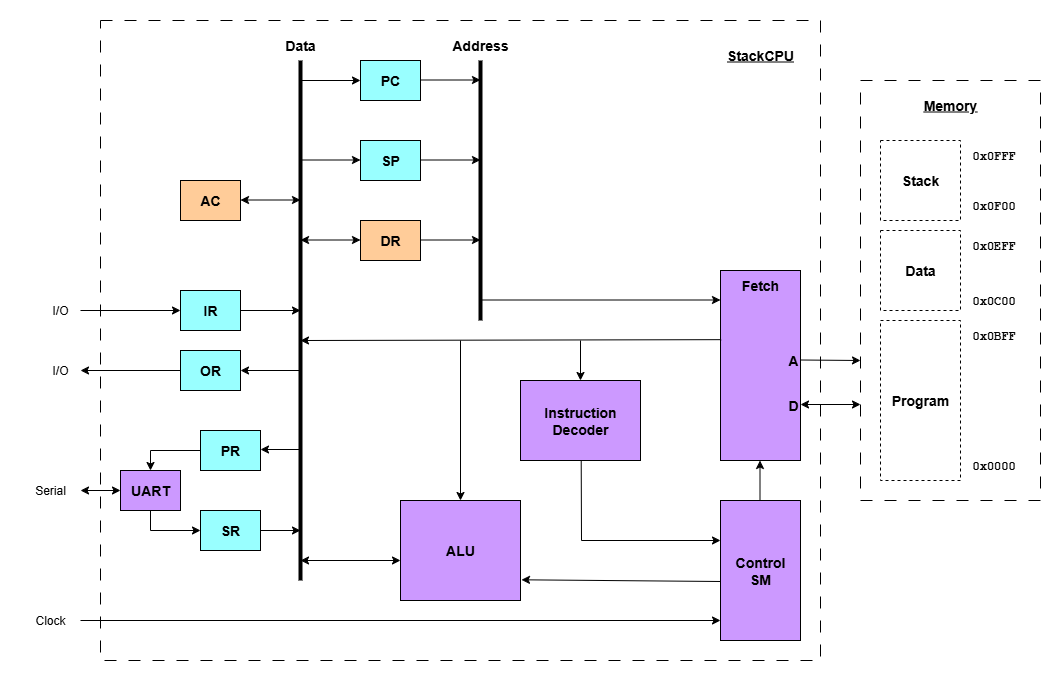
Earlier version of the draw.io export docs/StackCPU-Architecture.png (dervish77/StackCPU). Source tidied: cells renumbered, new cells last; positions are measured from the earlier drawing's top-left corner, leaving out a move shared by most shapes.
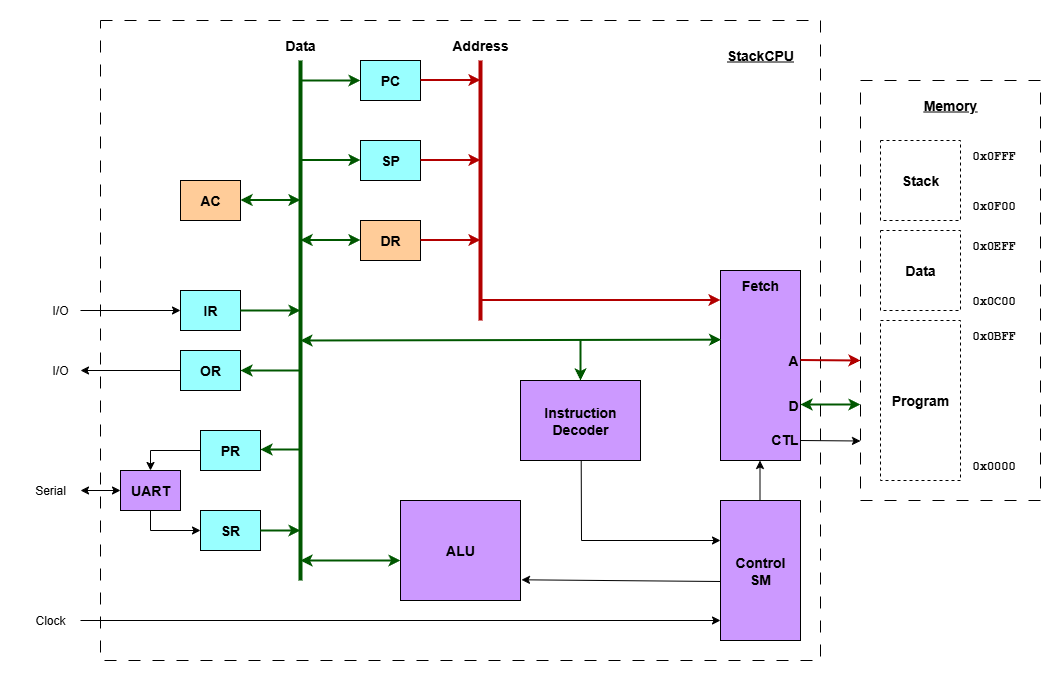
Later version of the same file.

Commit message:
fixed error in internal data bus direction to fetch block

What changed in the source:
```diff
@@ -68,13 +68,13 @@
     <mxCell id="23" value="&lt;font style=&quot;font-size: 14px;&quot;&gt;&lt;b&gt;Control&lt;/b&gt;&lt;/font&gt;&lt;div&gt;&lt;font style=&quot;font-size: 14px;&quot;&gt;&lt;b&gt;SM&lt;/b&gt;&lt;/font&gt;&lt;/div&gt;" style="rounded=0;whiteSpace=wrap;html=1;fillColor=#CC99FF;" parent="1" vertex="1">
       <mxGeometry x="700" y="480" width="80" height="140" as="geometry" />
     </mxCell>
-    <mxCell id="24" style="endArrow=none;html=1;rounded=0;strokeWidth=4;" parent="1" edge="1">
+    <mxCell id="24" style="endArrow=none;html=1;rounded=0;strokeWidth=4;fillColor=#008a00;strokeColor=#005700;" parent="1" edge="1">
       <mxGeometry relative="1" as="geometry">
         <mxPoint x="280" y="560" as="sourcePoint" />
         <mxPoint x="280" y="40" as="targetPoint" />
       </mxGeometry>
     </mxCell>
-    <mxCell id="25" style="endArrow=none;html=1;rounded=0;strokeWidth=4;" parent="1" edge="1">
+    <mxCell id="25" style="endArrow=none;html=1;rounded=0;strokeWidth=4;fillColor=#e51400;strokeColor=#B20000;" parent="1" edge="1">
       <mxGeometry relative="1" as="geometry">
         <mxPoint x="460" y="300" as="sourcePoint" />
         <mxPoint x="460" y="40" as="targetPoint" />
@@ -86,36 +86,36 @@
     <mxCell id="27" value="&lt;font style=&quot;font-size: 14px;&quot;&gt;&lt;b&gt;Address&lt;/b&gt;&lt;/font&gt;" style="text;html=1;align=center;verticalAlign=middle;whiteSpace=wrap;rounded=0;" parent="1" vertex="1">
       <mxGeometry x="430" y="10" width="60" height="30" as="geometry" />
     </mxCell>
-    <mxCell id="28" style="endArrow=classic;html=1;rounded=0;entryX=0;entryY=0.5;entryDx=0;entryDy=0;" parent="1" edge="1" target="4">
+    <mxCell id="28" style="endArrow=classic;html=1;rounded=0;entryX=0;entryY=0.5;entryDx=0;entryDy=0;fillColor=#008a00;strokeColor=#005700;strokeWidth=2;" parent="1" edge="1" target="4">
       <mxGeometry relative="1" as="geometry">
         <mxPoint x="280" y="60" as="sourcePoint" />
       </mxGeometry>
     </mxCell>
-    <mxCell id="29" style="endArrow=classic;html=1;rounded=0;entryX=0;entryY=0.5;entryDx=0;entryDy=0;" parent="1" edge="1">
+    <mxCell id="29" style="endArrow=classic;html=1;rounded=0;entryX=0;entryY=0.5;entryDx=0;entryDy=0;fillColor=#008a00;strokeColor=#005700;strokeWidth=2;" parent="1" edge="1">
       <mxGeometry relative="1" as="geometry">
         <mxPoint x="280" y="139.5" as="sourcePoint" />
         <mxPoint x="340" y="139.5" as="targetPoint" />
       </mxGeometry>
     </mxCell>
-    <mxCell id="30" style="endArrow=classic;html=1;rounded=0;entryX=0;entryY=0.5;entryDx=0;entryDy=0;" parent="1" edge="1">
+    <mxCell id="30" style="endArrow=classic;html=1;rounded=0;entryX=0;entryY=0.5;entryDx=0;entryDy=0;fillColor=#e51400;strokeColor=#B20000;strokeWidth=2;" parent="1" edge="1">
       <mxGeometry relative="1" as="geometry">
         <mxPoint x="400" y="59.5" as="sourcePoint" />
         <mxPoint x="460" y="59.5" as="targetPoint" />
       </mxGeometry>
     </mxCell>
-    <mxCell id="31" style="endArrow=classic;html=1;rounded=0;entryX=0;entryY=0.5;entryDx=0;entryDy=0;" parent="1" edge="1">
+    <mxCell id="31" style="endArrow=classic;html=1;rounded=0;entryX=0;entryY=0.5;entryDx=0;entryDy=0;fillColor=#e51400;strokeColor=#B20000;strokeWidth=2;" parent="1" edge="1">
       <mxGeometry relative="1" as="geometry">
         <mxPoint x="400" y="139.5" as="sourcePoint" />
         <mxPoint x="460" y="139.5" as="targetPoint" />
       </mxGeometry>
     </mxCell>
-    <mxCell id="32" style="endArrow=classic;html=1;rounded=0;entryX=0;entryY=0.5;entryDx=0;entryDy=0;" parent="1" edge="1">
+    <mxCell id="32" style="endArrow=classic;html=1;rounded=0;entryX=0;entryY=0.5;entryDx=0;entryDy=0;fillColor=#e51400;strokeColor=#B20000;strokeWidth=2;" parent="1" edge="1">
       <mxGeometry relative="1" as="geometry">
         <mxPoint x="400" y="219.5" as="sourcePoint" />
         <mxPoint x="460" y="219.5" as="targetPoint" />
       </mxGeometry>
     </mxCell>
-    <mxCell id="33" style="endArrow=classic;html=1;rounded=0;" parent="1" edge="1">
+    <mxCell id="33" style="endArrow=classic;html=1;rounded=0;fillColor=#e51400;strokeColor=#B20000;strokeWidth=2;" parent="1" edge="1">
       <mxGeometry relative="1" as="geometry">
         <mxPoint x="460" y="279.5" as="sourcePoint" />
         <mxPoint x="700" y="279.5" as="targetPoint" />
@@ -127,43 +127,43 @@
     <mxCell id="35" value="&lt;font style=&quot;font-size: 14px;&quot;&gt;&lt;b&gt;D&lt;/b&gt;&lt;/font&gt;" style="text;html=1;align=right;verticalAlign=middle;whiteSpace=wrap;rounded=0;" parent="1" vertex="1">
       <mxGeometry x="720" y="370" width="60" height="30" as="geometry" />
     </mxCell>
-    <mxCell id="36" style="endArrow=classic;html=1;rounded=0;" parent="1" edge="1">
+    <mxCell id="36" style="endArrow=classic;html=1;rounded=0;fillColor=#e51400;strokeColor=#B20000;strokeWidth=2;" parent="1" edge="1">
       <mxGeometry relative="1" as="geometry">
         <mxPoint x="780" y="339.5" as="sourcePoint" />
         <mxPoint x="840" y="340" as="targetPoint" />
       </mxGeometry>
     </mxCell>
-    <mxCell id="37" style="endArrow=classic;startArrow=classic;html=1;rounded=0;" parent="1" edge="1">
+    <mxCell id="37" style="endArrow=classic;startArrow=classic;html=1;rounded=0;strokeWidth=2;fillColor=#008a00;strokeColor=#005700;" parent="1" edge="1">
       <mxGeometry relative="1" as="geometry">
         <mxPoint x="780" y="384" as="sourcePoint" />
         <mxPoint x="840" y="384" as="targetPoint" />
       </mxGeometry>
     </mxCell>
-    <mxCell id="38" style="endArrow=classic;html=1;rounded=0;" parent="1" edge="1">
+    <mxCell id="38" style="endArrow=classic;html=1;rounded=0;fillColor=#008a00;strokeColor=#005700;strokeWidth=2;" parent="1" edge="1">
       <mxGeometry relative="1" as="geometry">
         <mxPoint x="280" y="350" as="sourcePoint" />
         <mxPoint x="220" y="350" as="targetPoint" />
       </mxGeometry>
     </mxCell>
-    <mxCell id="39" style="endArrow=classic;html=1;rounded=0;entryX=0;entryY=0.5;entryDx=0;entryDy=0;" parent="1" edge="1">
+    <mxCell id="39" style="endArrow=classic;html=1;rounded=0;entryX=0;entryY=0.5;entryDx=0;entryDy=0;fillColor=#008a00;strokeColor=#005700;strokeWidth=2;" parent="1" edge="1">
       <mxGeometry relative="1" as="geometry">
         <mxPoint x="220" y="290" as="sourcePoint" />
         <mxPoint x="280" y="290" as="targetPoint" />
       </mxGeometry>
     </mxCell>
-    <mxCell id="40" style="endArrow=classic;html=1;rounded=0;" parent="1" edge="1">
+    <mxCell id="40" style="endArrow=classic;html=1;rounded=0;fillColor=#008a00;strokeColor=#005700;strokeWidth=2;" parent="1" edge="1">
       <mxGeometry relative="1" as="geometry">
         <mxPoint x="280" y="429" as="sourcePoint" />
         <mxPoint x="240" y="429" as="targetPoint" />
       </mxGeometry>
     </mxCell>
-    <mxCell id="41" style="endArrow=classic;startArrow=classic;html=1;rounded=0;" parent="1" edge="1">
+    <mxCell id="41" style="endArrow=classic;startArrow=classic;html=1;rounded=0;fillColor=#008a00;strokeColor=#005700;strokeWidth=2;" parent="1" edge="1">
       <mxGeometry relative="1" as="geometry">
         <mxPoint x="220" y="179.5" as="sourcePoint" />
         <mxPoint x="280" y="179.5" as="targetPoint" />
       </mxGeometry>
     </mxCell>
-    <mxCell id="42" style="endArrow=classic;startArrow=classic;html=1;rounded=0;" parent="1" edge="1">
+    <mxCell id="42" style="endArrow=classic;startArrow=classic;html=1;rounded=0;fillColor=#008a00;strokeColor=#005700;strokeWidth=2;" parent="1" edge="1">
       <mxGeometry relative="1" as="geometry">
         <mxPoint x="280" y="219.5" as="sourcePoint" />
         <mxPoint x="340" y="219.5" as="targetPoint" />
@@ -180,7 +180,7 @@
         <mxPoint x="739.5" y="440" as="targetPoint" />
       </mxGeometry>
     </mxCell>
-    <mxCell id="45" style="endArrow=classic;startArrow=classic;html=1;rounded=0;" parent="1" edge="1">
+    <mxCell id="45" style="endArrow=classic;startArrow=classic;html=1;rounded=0;fillColor=#008a00;strokeColor=#005700;strokeWidth=2;" parent="1" edge="1">
       <mxGeometry relative="1" as="geometry">
         <mxPoint x="280" y="540" as="sourcePoint" />
         <mxPoint x="380" y="540" as="targetPoint" />
@@ -242,7 +242,7 @@
         <mxPoint x="130" y="510" as="sourcePoint" />
       </mxGeometry>
     </mxCell>
-    <mxCell id="60" style="endArrow=classic;html=1;rounded=0;" parent="1" edge="1">
+    <mxCell id="60" style="endArrow=classic;html=1;rounded=0;fillColor=#008a00;strokeColor=#005700;strokeWidth=2;" parent="1" edge="1">
       <mxGeometry relative="1" as="geometry">
         <mxPoint x="240" y="510" as="sourcePoint" />
         <mxPoint x="280" y="510" as="targetPoint" />
@@ -270,20 +270,24 @@
         <mxPoint x="560.7" y="440" as="targetPoint" />
       </mxGeometry>
     </mxCell>
-    <mxCell id="65" style="endArrow=classic;html=1;rounded=0;exitX=0.008;exitY=0.364;exitDx=0;exitDy=0;exitPerimeter=0;" parent="1" edge="1" source="22">
+    <mxCell id="65" style="endArrow=classic;html=1;rounded=0;exitX=0.008;exitY=0.364;exitDx=0;exitDy=0;exitPerimeter=0;startArrow=classic;startFill=1;fillColor=#008a00;strokeColor=#005700;strokeWidth=2;" parent="1" edge="1" source="22">
       <mxGeometry relative="1" as="geometry">
         <mxPoint x="280" y="320" as="targetPoint" />
       </mxGeometry>
     </mxCell>
-    <mxCell id="66" style="endArrow=classic;html=1;rounded=0;entryX=0.5;entryY=0;entryDx=0;entryDy=0;" parent="1" edge="1" target="21">
+    <mxCell id="66" style="endArrow=classic;html=1;rounded=0;entryX=0.5;entryY=0;entryDx=0;entryDy=0;fillColor=#008a00;strokeColor=#005700;strokeWidth=2;" parent="1" edge="1" target="21">
       <mxGeometry relative="1" as="geometry">
         <mxPoint x="560" y="320" as="sourcePoint" />
       </mxGeometry>
     </mxCell>
-    <mxCell id="67" style="endArrow=classic;html=1;rounded=0;entryX=0.5;entryY=0;entryDx=0;entryDy=0;" parent="1" edge="1" target="20">
-      <mxGeometry relative="1" as="geometry">
-        <mxPoint x="440" y="320" as="sourcePoint" />
-      </mxGeometry>
-    </mxCell>
+    <mxCell id="68" style="endArrow=classic;html=1;rounded=0;" parent="1" edge="1">
+      <mxGeometry relative="1" as="geometry">
+        <mxPoint x="780" y="420" as="sourcePoint" />
+        <mxPoint x="840" y="420.5" as="targetPoint" />
+      </mxGeometry>
+    </mxCell>
+    <mxCell id="69" value="&lt;font style=&quot;font-size: 14px;&quot;&gt;&lt;b&gt;CTL&lt;/b&gt;&lt;/font&gt;" style="text;html=1;align=right;verticalAlign=middle;whiteSpace=wrap;rounded=0;" parent="1" vertex="1">
+      <mxGeometry x="720" y="404" width="60" height="30" as="geometry" />
+    </mxCell>
   </root>
 </mxGraphModel>
```
